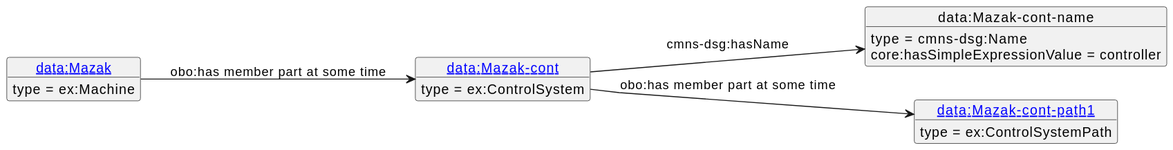
Before: diagrams/Mazak-cont.svg, a diagram exported from PlantUML (iofoundry/example-syseng-mtconnect). Its diagram source:
```plantuml
@startuml
skinparam linetype polyline
left to right direction
object "[[./Mazak-cont.html data:Mazak-cont]]" as o1 {
 type = ex:ControlSystem
 }
object "data:Mazak-cont-name" as o2 {
 type = cmns-dsg:Name
 }
object "[[./Mazak-cont-path1.html data:Mazak-cont-path1]]" as o3 {
 type = ex:ControlSystemPath
 }
object "[[./Mazak.html data:Mazak]]" as o4 {
 type = ex:Machine
 }
o1 --> o2 : cmns-dsg:hasName
o2 : core:hasSimpleExpressionValue = controller
o1 --> o3 : obo:has member part at some time
o4 --> o1 : obo:has member part at some time
@enduml
```
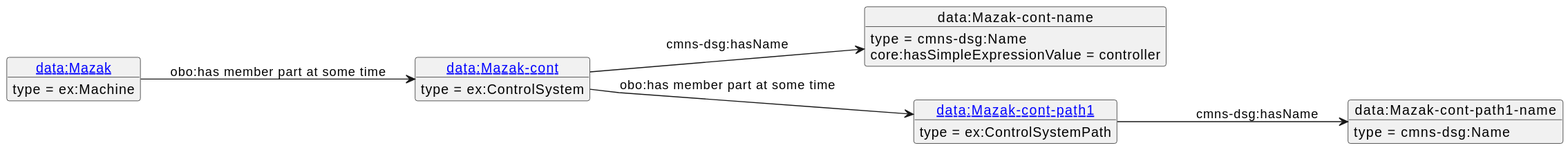
The same diagram one commit later.

The edit, as a diff of the source:
```diff
@@ -10,11 +10,15 @@
 object "[[./Mazak-cont-path1.html data:Mazak-cont-path1]]" as o3 {
  type = ex:ControlSystemPath
  }
-object "[[./Mazak.html data:Mazak]]" as o4 {
+object "data:Mazak-cont-path1-name" as o4 {
+ type = cmns-dsg:Name
+ }
+object "[[./Mazak.html data:Mazak]]" as o5 {
  type = ex:Machine
  }
 o1 --> o2 : cmns-dsg:hasName
 o2 : core:hasSimpleExpressionValue = controller
 o1 --> o3 : obo:has member part at some time
-o4 --> o1 : obo:has member part at some time
+o3 --> o4 : cmns-dsg:hasName
+o5 --> o1 : obo:has member part at some time
 @enduml
```
